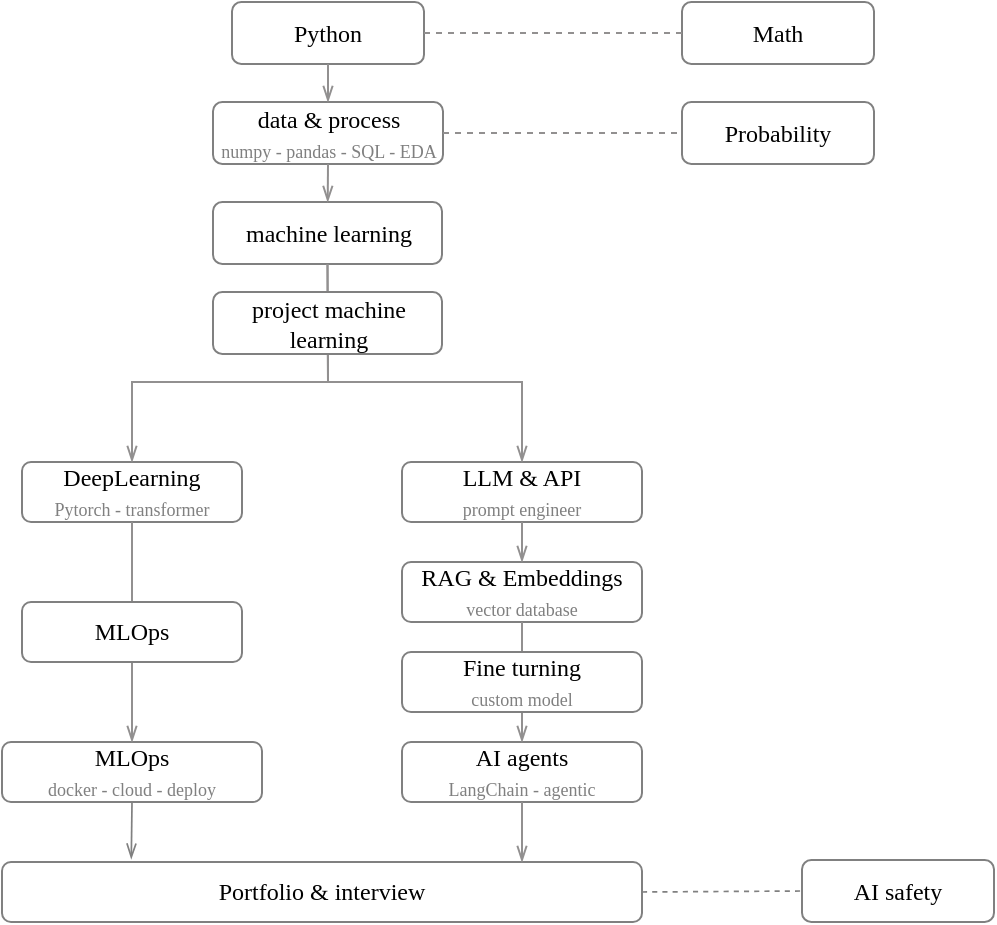
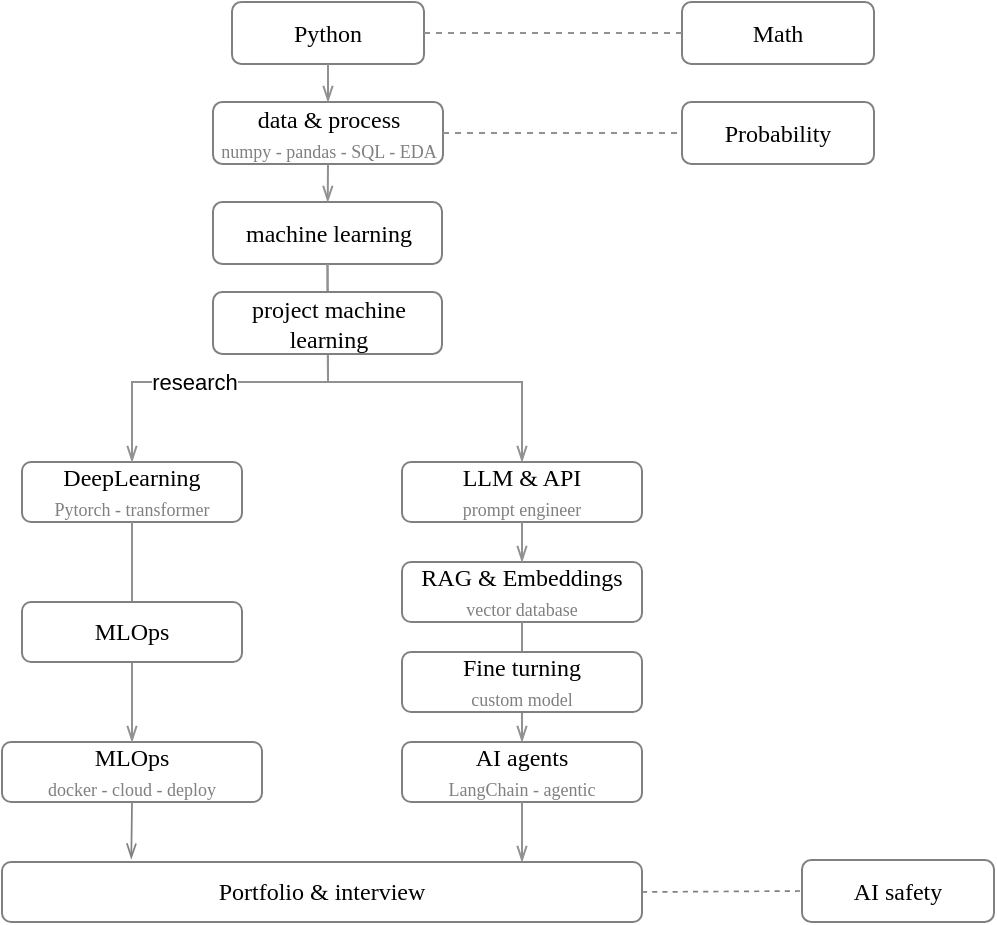
<mxfile host="app.diagrams.net" agent="Mozilla/5.0 (Macintosh; Intel Mac OS X 10_15_7) AppleWebKit/537.36 (KHTML, like Gecko) draw.io/29.3.0 Chrome/140.0.7339.249 Electron/38.7.2 Safari/537.36" pages="4">
  <diagram name="overview" id="cAlCBEzrJN6Ur7Pin5lN">
    <mxGraphModel dx="790" dy="352" grid="1" gridSize="10" guides="1" tooltips="1" connect="1" arrows="1" fold="1" page="1" pageScale="1" pageWidth="827" pageHeight="1169" math="0" shadow="0">
      <root>
        <mxCell id="0" />
        <mxCell id="1" parent="0" />
        <mxCell id="zTdwEjZ7j_-9_ITJUfBh-1" parent="1" style="rounded=1;whiteSpace=wrap;html=1;fontFamily=Comic Sans MS;strokeColor=#808080;" value="Python" vertex="1">
          <mxGeometry height="31" width="96" x="315" y="510" as="geometry" />
        </mxCell>
        <mxCell id="zTdwEjZ7j_-9_ITJUfBh-2" parent="1" style="rounded=1;whiteSpace=wrap;html=1;fontFamily=Comic Sans MS;strokeColor=#808080;" value="Math" vertex="1">
          <mxGeometry height="31" width="96" x="540" y="510" as="geometry" />
        </mxCell>
        <mxCell id="zTdwEjZ7j_-9_ITJUfBh-4" parent="1" style="rounded=1;whiteSpace=wrap;html=1;fontFamily=Comic Sans MS;strokeColor=#808080;" value="data &amp;amp; process&lt;div&gt;&lt;font style=&quot;font-size: 9px; color: rgb(128, 128, 128);&quot;&gt;numpy - pandas - SQL - EDA&lt;/font&gt;&lt;/div&gt;" vertex="1">
          <mxGeometry height="31" width="115" x="305.5" y="560" as="geometry" />
        </mxCell>
        <mxCell id="zTdwEjZ7j_-9_ITJUfBh-5" parent="1" style="rounded=1;whiteSpace=wrap;html=1;fontFamily=Comic Sans MS;strokeColor=#808080;" value="Probability" vertex="1">
          <mxGeometry height="31" width="96" x="540" y="560" as="geometry" />
        </mxCell>
        <mxCell id="zTdwEjZ7j_-9_ITJUfBh-6" edge="1" parent="1" source="zTdwEjZ7j_-9_ITJUfBh-4" style="endArrow=none;html=1;rounded=0;endFill=0;strokeColor=light-dark(#929090, #ededed);entryX=0;entryY=0.5;entryDx=0;entryDy=0;exitX=1;exitY=0.5;exitDx=0;exitDy=0;dashed=1;" target="zTdwEjZ7j_-9_ITJUfBh-5" value="">
          <mxGeometry height="50" relative="1" width="50" as="geometry">
            <mxPoint x="350" y="560" as="sourcePoint" />
            <mxPoint x="400" y="510" as="targetPoint" />
          </mxGeometry>
        </mxCell>
        <mxCell id="zTdwEjZ7j_-9_ITJUfBh-7" edge="1" parent="1" source="zTdwEjZ7j_-9_ITJUfBh-1" style="endArrow=none;html=1;rounded=0;endFill=0;strokeColor=light-dark(#929090, #ededed);exitX=1;exitY=0.5;exitDx=0;exitDy=0;entryX=0;entryY=0.5;entryDx=0;entryDy=0;dashed=1;" target="zTdwEjZ7j_-9_ITJUfBh-2" value="">
          <mxGeometry height="50" relative="1" width="50" as="geometry">
            <mxPoint x="350" y="596" as="sourcePoint" />
            <mxPoint x="500" y="546" as="targetPoint" />
          </mxGeometry>
        </mxCell>
        <mxCell id="zTdwEjZ7j_-9_ITJUfBh-8" parent="1" style="rounded=1;whiteSpace=wrap;html=1;fontFamily=Comic Sans MS;strokeColor=#808080;" value="machine learning" vertex="1">
          <mxGeometry height="31" width="114.5" x="305.5" y="610" as="geometry" />
        </mxCell>
        <mxCell id="zTdwEjZ7j_-9_ITJUfBh-9" edge="1" parent="1" source="zTdwEjZ7j_-9_ITJUfBh-1" style="endArrow=openThin;html=1;rounded=0;endFill=0;strokeColor=light-dark(#929090, #ededed);exitX=0.5;exitY=1;exitDx=0;exitDy=0;" target="zTdwEjZ7j_-9_ITJUfBh-4" value="">
          <mxGeometry height="50" relative="1" width="50" as="geometry">
            <mxPoint x="350" y="560" as="sourcePoint" />
            <mxPoint x="400" y="510" as="targetPoint" />
          </mxGeometry>
        </mxCell>
        <mxCell id="zTdwEjZ7j_-9_ITJUfBh-10" edge="1" parent="1" source="zTdwEjZ7j_-9_ITJUfBh-4" style="endArrow=openThin;html=1;rounded=0;endFill=0;strokeColor=light-dark(#929090, #ededed);exitX=0.5;exitY=1;exitDx=0;exitDy=0;" target="zTdwEjZ7j_-9_ITJUfBh-8" value="">
          <mxGeometry height="50" relative="1" width="50" as="geometry">
            <mxPoint x="350" y="560" as="sourcePoint" />
            <mxPoint x="400" y="510" as="targetPoint" />
          </mxGeometry>
        </mxCell>
        <mxCell id="zTdwEjZ7j_-9_ITJUfBh-11" parent="1" style="rounded=1;whiteSpace=wrap;html=1;fontFamily=Comic Sans MS;strokeColor=#808080;" value="DeepLearning&lt;br&gt;&lt;font style=&quot;font-size: 9px; color: rgb(128, 128, 128);&quot;&gt;Pytorch - transformer&lt;/font&gt;" vertex="1">
          <mxGeometry height="30" width="110" x="210" y="740" as="geometry" />
        </mxCell>
        <mxCell id="zTdwEjZ7j_-9_ITJUfBh-12" parent="1" style="rounded=1;whiteSpace=wrap;html=1;fontFamily=Comic Sans MS;strokeColor=#808080;" value="LLM &amp;amp; API&lt;br&gt;&lt;font style=&quot;font-size: 9px; color: rgb(128, 128, 128);&quot;&gt;prompt engineer&lt;/font&gt;" vertex="1">
          <mxGeometry height="30" width="120" x="400" y="740" as="geometry" />
        </mxCell>
        <mxCell id="zTdwEjZ7j_-9_ITJUfBh-13" parent="1" style="rounded=1;whiteSpace=wrap;html=1;fontFamily=Comic Sans MS;strokeColor=#808080;" value="RAG &amp;amp; Embeddings&lt;div&gt;&lt;font style=&quot;font-size: 9px; color: rgb(128, 128, 128);&quot;&gt;vector database&lt;/font&gt;&lt;/div&gt;" vertex="1">
          <mxGeometry height="30" width="120" x="400" y="790" as="geometry" />
        </mxCell>
        <mxCell id="zTdwEjZ7j_-9_ITJUfBh-14" parent="1" style="rounded=1;whiteSpace=wrap;html=1;fontFamily=Comic Sans MS;strokeColor=#808080;" value="MLOps&lt;div&gt;&lt;font style=&quot;font-size: 9px; color: rgb(128, 128, 128);&quot;&gt;docker - cloud - deploy&lt;/font&gt;&lt;/div&gt;" vertex="1">
          <mxGeometry height="30" width="130" x="200" y="880" as="geometry" />
        </mxCell>
        <mxCell id="zTdwEjZ7j_-9_ITJUfBh-15" parent="1" style="rounded=1;whiteSpace=wrap;html=1;fontFamily=Comic Sans MS;strokeColor=#808080;" value="Portfolio &amp;amp; interview" vertex="1">
          <mxGeometry height="30" width="320" x="200" y="940" as="geometry" />
        </mxCell>
        <mxCell id="zTdwEjZ7j_-9_ITJUfBh-16" parent="1" style="rounded=1;whiteSpace=wrap;html=1;fontFamily=Comic Sans MS;strokeColor=#808080;" value="AI agents&lt;br&gt;&lt;font style=&quot;font-size: 9px; color: rgb(128, 128, 128);&quot;&gt;LangChain - agentic&lt;/font&gt;" vertex="1">
          <mxGeometry height="30" width="120" x="400" y="880" as="geometry" />
        </mxCell>
        <mxCell id="zTdwEjZ7j_-9_ITJUfBh-17" edge="1" parent="1" source="zTdwEjZ7j_-9_ITJUfBh-8" style="endArrow=openThin;html=1;rounded=0;endFill=0;strokeColor=light-dark(#929090, #ededed);entryX=0.5;entryY=0;entryDx=0;entryDy=0;exitX=0.5;exitY=1;exitDx=0;exitDy=0;" target="zTdwEjZ7j_-9_ITJUfBh-12" value="">
          <mxGeometry height="50" relative="1" width="50" as="geometry">
            <Array as="points">
              <mxPoint x="363" y="700" />
              <mxPoint x="460" y="700" />
            </Array>
            <mxPoint x="300" y="780" as="sourcePoint" />
            <mxPoint x="350" y="730" as="targetPoint" />
          </mxGeometry>
        </mxCell>
        <mxCell id="zTdwEjZ7j_-9_ITJUfBh-18" edge="1" parent="1" source="zTdwEjZ7j_-9_ITJUfBh-8" style="endArrow=openThin;html=1;rounded=0;endFill=0;strokeColor=light-dark(#929090, #ededed);exitX=0.5;exitY=1;exitDx=0;exitDy=0;entryX=0.5;entryY=0;entryDx=0;entryDy=0;" target="zTdwEjZ7j_-9_ITJUfBh-11" value="">
          <mxGeometry height="50" relative="1" width="50" as="geometry">
            <Array as="points">
              <mxPoint x="363" y="700" />
              <mxPoint x="265" y="700" />
            </Array>
            <mxPoint x="300" y="780" as="sourcePoint" />
            <mxPoint x="350" y="730" as="targetPoint" />
          </mxGeometry>
        </mxCell>
+         <mxCell id="RL8-EkVr3OvldoPUYXMJ-8" connectable="0" parent="zTdwEjZ7j_-9_ITJUfBh-18" style="edgeLabel;html=1;align=center;verticalAlign=middle;resizable=0;points=[];" value="research" vertex="1">
+           <mxGeometry relative="1" x="0.2809" as="geometry">
+             <mxPoint as="offset" />
+           </mxGeometry>
+         </mxCell>
        <mxCell id="zTdwEjZ7j_-9_ITJUfBh-19" edge="1" parent="1" source="zTdwEjZ7j_-9_ITJUfBh-11" style="endArrow=openThin;html=1;rounded=0;endFill=0;strokeColor=light-dark(#929090, #ededed);exitX=0.5;exitY=1;exitDx=0;exitDy=0;" target="zTdwEjZ7j_-9_ITJUfBh-14" value="">
          <mxGeometry height="50" relative="1" width="50" as="geometry">
            <mxPoint x="290" y="800" as="sourcePoint" />
            <mxPoint x="340" y="750" as="targetPoint" />
          </mxGeometry>
        </mxCell>
        <mxCell id="zTdwEjZ7j_-9_ITJUfBh-21" edge="1" parent="1" source="zTdwEjZ7j_-9_ITJUfBh-12" style="endArrow=openThin;html=1;rounded=0;endFill=0;strokeColor=light-dark(#929090, #ededed);exitX=0.5;exitY=1;exitDx=0;exitDy=0;entryX=0.5;entryY=0;entryDx=0;entryDy=0;" target="zTdwEjZ7j_-9_ITJUfBh-13" value="">
          <mxGeometry height="50" relative="1" width="50" as="geometry">
            <mxPoint x="290" y="800" as="sourcePoint" />
            <mxPoint x="340" y="750" as="targetPoint" />
          </mxGeometry>
        </mxCell>
        <mxCell id="zTdwEjZ7j_-9_ITJUfBh-22" edge="1" parent="1" source="zTdwEjZ7j_-9_ITJUfBh-13" style="endArrow=openThin;html=1;rounded=0;endFill=0;strokeColor=light-dark(#929090, #ededed);exitX=0.5;exitY=1;exitDx=0;exitDy=0;entryX=0.5;entryY=0;entryDx=0;entryDy=0;" target="zTdwEjZ7j_-9_ITJUfBh-16" value="">
          <mxGeometry height="50" relative="1" width="50" as="geometry">
            <mxPoint x="290" y="800" as="sourcePoint" />
            <mxPoint x="340" y="750" as="targetPoint" />
          </mxGeometry>
        </mxCell>
        <mxCell id="zTdwEjZ7j_-9_ITJUfBh-23" edge="1" parent="1" source="zTdwEjZ7j_-9_ITJUfBh-16" style="endArrow=openThin;html=1;rounded=0;endFill=0;strokeColor=light-dark(#929090, #ededed);exitX=0.5;exitY=1;exitDx=0;exitDy=0;" value="">
          <mxGeometry height="50" relative="1" width="50" as="geometry">
            <mxPoint x="290" y="800" as="sourcePoint" />
            <mxPoint x="460" y="940" as="targetPoint" />
          </mxGeometry>
        </mxCell>
        <mxCell id="RL8-EkVr3OvldoPUYXMJ-1" parent="1" style="rounded=1;whiteSpace=wrap;html=1;fontFamily=Comic Sans MS;strokeColor=#808080;" value="project machine learning" vertex="1">
          <mxGeometry height="31" width="114.5" x="305.5" y="655" as="geometry" />
        </mxCell>
        <mxCell id="RL8-EkVr3OvldoPUYXMJ-3" parent="1" style="rounded=1;whiteSpace=wrap;html=1;fontFamily=Comic Sans MS;strokeColor=#808080;" value="MLOps" vertex="1">
          <mxGeometry height="30" width="110" x="210" y="810" as="geometry" />
        </mxCell>
        <mxCell id="RL8-EkVr3OvldoPUYXMJ-4" edge="1" parent="1" source="zTdwEjZ7j_-9_ITJUfBh-14" style="endArrow=openThin;html=1;rounded=0;strokeColor=#808080;endFill=0;strokeWidth=0.85;exitX=0.5;exitY=1;exitDx=0;exitDy=0;entryX=0.202;entryY=-0.05;entryDx=0;entryDy=0;entryPerimeter=0;" target="zTdwEjZ7j_-9_ITJUfBh-15" value="">
          <mxGeometry height="50" relative="1" width="50" as="geometry">
            <mxPoint x="390" y="820" as="sourcePoint" />
            <mxPoint x="440" y="770" as="targetPoint" />
          </mxGeometry>
        </mxCell>
        <mxCell id="RL8-EkVr3OvldoPUYXMJ-5" parent="1" style="rounded=1;whiteSpace=wrap;html=1;fontFamily=Comic Sans MS;strokeColor=#808080;" value="Fine turning&lt;div&gt;&lt;font style=&quot;font-size: 9px; color: rgb(128, 128, 128);&quot;&gt;custom model&lt;/font&gt;&lt;/div&gt;" vertex="1">
          <mxGeometry height="30" width="120" x="400" y="835" as="geometry" />
        </mxCell>
        <mxCell id="RL8-EkVr3OvldoPUYXMJ-6" parent="1" style="rounded=1;whiteSpace=wrap;html=1;fontFamily=Comic Sans MS;strokeColor=#808080;" value="AI safety" vertex="1">
          <mxGeometry height="31" width="96" x="600" y="939" as="geometry" />
        </mxCell>
        <mxCell id="RL8-EkVr3OvldoPUYXMJ-7" edge="1" parent="1" source="zTdwEjZ7j_-9_ITJUfBh-15" style="endArrow=none;html=1;rounded=0;strokeColor=#808080;endFill=0;strokeWidth=0.85;exitX=1;exitY=0.5;exitDx=0;exitDy=0;entryX=0;entryY=0.5;entryDx=0;entryDy=0;dashed=1;" target="RL8-EkVr3OvldoPUYXMJ-6" value="">
          <mxGeometry height="50" relative="1" width="50" as="geometry">
            <mxPoint x="390" y="880" as="sourcePoint" />
            <mxPoint x="440" y="830" as="targetPoint" />
          </mxGeometry>
        </mxCell>
      </root>
    </mxGraphModel>
  </diagram>
  <diagram id="UOBW3iFDmhUj1Tzh1QrL" name="python">
    <mxGraphModel dx="1725" dy="984" grid="1" gridSize="10" guides="1" tooltips="1" connect="1" arrows="1" fold="1" page="1" pageScale="1" pageWidth="827" pageHeight="1169" math="0" shadow="0">
      <root>
        <mxCell id="0" />
        <mxCell id="1" parent="0" />
      </root>
    </mxGraphModel>
  </diagram>
  <diagram id="m8GAUy3Aqo1FDhopTY1m" name="math">
    <mxGraphModel dx="1725" dy="984" grid="1" gridSize="10" guides="1" tooltips="1" connect="1" arrows="1" fold="1" page="1" pageScale="1" pageWidth="827" pageHeight="1169" math="0" shadow="0">
      <root>
        <mxCell id="0" />
        <mxCell id="1" parent="0" />
      </root>
    </mxGraphModel>
  </diagram>
  <diagram id="iIlrw0R1UCY4nR05RIuw" name="agent">
    <mxGraphModel dx="2265" dy="820" grid="1" gridSize="10" guides="1" tooltips="1" connect="1" arrows="1" fold="1" page="1" pageScale="1" pageWidth="827" pageHeight="1169" math="0" shadow="0">
      <root>
        <mxCell id="0" />
        <mxCell id="1" parent="0" />
        <mxCell id="3Uv-7dnaONPzhC1kDc2I-1" parent="1" style="text;html=1;whiteSpace=wrap;strokeColor=none;fillColor=none;align=center;verticalAlign=middle;rounded=0;" value="&lt;font face=&quot;Comic Sans MS&quot;&gt;working flow&amp;nbsp;&lt;/font&gt;" vertex="1">
          <mxGeometry height="30" width="110" x="600" y="480" as="geometry" />
        </mxCell>
        <mxCell id="3Uv-7dnaONPzhC1kDc2I-3" parent="1" style="text;html=1;whiteSpace=wrap;strokeColor=none;fillColor=none;align=center;verticalAlign=middle;rounded=0;" value="&lt;font face=&quot;Comic Sans MS&quot;&gt;prompt chaining&amp;nbsp;&lt;/font&gt;" vertex="1">
          <mxGeometry height="30" width="110" x="820" y="230" as="geometry" />
        </mxCell>
        <mxCell id="3Uv-7dnaONPzhC1kDc2I-4" edge="1" parent="1" source="3Uv-7dnaONPzhC1kDc2I-1" style="endArrow=openThin;html=1;rounded=0;endFill=0;strokeColor=light-dark(#929090, #ededed);exitX=1;exitY=0.5;exitDx=0;exitDy=0;entryX=0;entryY=0.5;entryDx=0;entryDy=0;" target="3Uv-7dnaONPzhC1kDc2I-3" value="">
          <mxGeometry height="50" relative="1" width="50" as="geometry">
            <mxPoint x="790" y="370" as="sourcePoint" />
            <mxPoint x="840" y="320" as="targetPoint" />
          </mxGeometry>
        </mxCell>
        <mxCell id="3Uv-7dnaONPzhC1kDc2I-5" parent="1" style="text;html=1;whiteSpace=wrap;strokeColor=none;fillColor=none;align=center;verticalAlign=middle;rounded=0;" value="&lt;font face=&quot;Comic Sans MS&quot;&gt;routing&lt;/font&gt;" vertex="1">
          <mxGeometry height="30" width="80" x="820" y="350" as="geometry" />
        </mxCell>
        <mxCell id="3Uv-7dnaONPzhC1kDc2I-6" parent="1" style="text;html=1;whiteSpace=wrap;strokeColor=none;fillColor=none;align=center;verticalAlign=middle;rounded=0;" value="&lt;font face=&quot;Comic Sans MS&quot;&gt;Evaluator - Optimizer / Reflection&lt;/font&gt;" vertex="1">
          <mxGeometry height="30" width="220" x="820" y="480" as="geometry" />
        </mxCell>
        <mxCell id="3Uv-7dnaONPzhC1kDc2I-7" edge="1" parent="1" source="3Uv-7dnaONPzhC1kDc2I-1" style="endArrow=openThin;html=1;rounded=0;endFill=0;strokeColor=light-dark(#929090, #ededed);exitX=1;exitY=0.5;exitDx=0;exitDy=0;entryX=0;entryY=0.5;entryDx=0;entryDy=0;" target="3Uv-7dnaONPzhC1kDc2I-5" value="">
          <mxGeometry height="50" relative="1" width="50" as="geometry">
            <mxPoint x="790" y="440" as="sourcePoint" />
            <mxPoint x="840" y="390" as="targetPoint" />
          </mxGeometry>
        </mxCell>
        <mxCell id="3Uv-7dnaONPzhC1kDc2I-8" edge="1" parent="1" source="3Uv-7dnaONPzhC1kDc2I-1" style="endArrow=openThin;html=1;rounded=0;endFill=0;strokeColor=light-dark(#929090, #ededed);exitX=1;exitY=0.5;exitDx=0;exitDy=0;" target="3Uv-7dnaONPzhC1kDc2I-6" value="">
          <mxGeometry height="50" relative="1" width="50" as="geometry">
            <mxPoint x="790" y="440" as="sourcePoint" />
            <mxPoint x="840" y="390" as="targetPoint" />
          </mxGeometry>
        </mxCell>
        <mxCell id="3Uv-7dnaONPzhC1kDc2I-9" parent="1" style="text;html=1;whiteSpace=wrap;strokeColor=none;fillColor=none;align=center;verticalAlign=middle;rounded=0;" value="&lt;font face=&quot;Comic Sans MS&quot;&gt;Orchestrator - Workers&lt;/font&gt;" vertex="1">
          <mxGeometry height="30" width="150" x="820" y="590" as="geometry" />
        </mxCell>
        <mxCell id="3Uv-7dnaONPzhC1kDc2I-10" edge="1" parent="1" source="3Uv-7dnaONPzhC1kDc2I-1" style="endArrow=openThin;html=1;rounded=0;endFill=0;strokeColor=light-dark(#929090, #ededed);entryX=0;entryY=0.5;entryDx=0;entryDy=0;exitX=1;exitY=0.5;exitDx=0;exitDy=0;" target="3Uv-7dnaONPzhC1kDc2I-9" value="">
          <mxGeometry height="50" relative="1" width="50" as="geometry">
            <mxPoint x="790" y="610" as="sourcePoint" />
            <mxPoint x="840" y="560" as="targetPoint" />
          </mxGeometry>
        </mxCell>
        <mxCell id="3Uv-7dnaONPzhC1kDc2I-11" parent="1" style="text;html=1;whiteSpace=wrap;strokeColor=none;fillColor=none;align=center;verticalAlign=middle;rounded=0;" value="&lt;font face=&quot;Comic Sans MS&quot;&gt;RAG - Retrieval-Augmented Generation&lt;/font&gt;" vertex="1">
          <mxGeometry height="30" width="240" x="820" y="710" as="geometry" />
        </mxCell>
        <mxCell id="3Uv-7dnaONPzhC1kDc2I-12" edge="1" parent="1" source="3Uv-7dnaONPzhC1kDc2I-1" style="endArrow=openThin;html=1;rounded=0;endFill=0;strokeColor=light-dark(#929090, #ededed);entryX=0;entryY=0.5;entryDx=0;entryDy=0;exitX=1;exitY=0.5;exitDx=0;exitDy=0;" target="3Uv-7dnaONPzhC1kDc2I-11" value="">
          <mxGeometry height="50" relative="1" width="50" as="geometry">
            <mxPoint x="790" y="490" as="sourcePoint" />
            <mxPoint x="840" y="440" as="targetPoint" />
          </mxGeometry>
        </mxCell>
        <mxCell id="3Uv-7dnaONPzhC1kDc2I-13" parent="1" style="rounded=1;whiteSpace=wrap;html=1;fontFamily=Comic Sans MS;strokeColor=#808080;" value="LLM" vertex="1">
          <mxGeometry height="30" width="80" x="-160" y="520" as="geometry" />
        </mxCell>
        <mxCell id="3Uv-7dnaONPzhC1kDc2I-14" parent="1" style="rounded=1;whiteSpace=wrap;html=1;fontFamily=Comic Sans MS;strokeColor=#808080;" value="Planning" vertex="1">
          <mxGeometry height="30" width="90" x="-10" y="680" as="geometry" />
        </mxCell>
        <mxCell id="3Uv-7dnaONPzhC1kDc2I-15" parent="1" style="rounded=1;whiteSpace=wrap;html=1;fontFamily=Comic Sans MS;strokeColor=#808080;" value="Memory" vertex="1">
          <mxGeometry height="30" width="80" x="240" y="560" as="geometry" />
        </mxCell>
        <mxCell id="3Uv-7dnaONPzhC1kDc2I-16" parent="1" style="rounded=1;whiteSpace=wrap;html=1;fontFamily=Comic Sans MS;strokeColor=#808080;" value="Tools/Actions" vertex="1">
          <mxGeometry height="30" width="90" x="70" y="400" as="geometry" />
        </mxCell>
      </root>
    </mxGraphModel>
  </diagram>
</mxfile>
